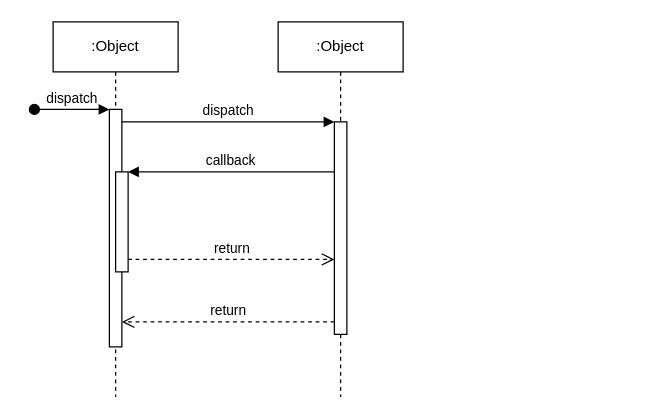
Earlier version of the draw.io diagram Untitled Diagram.drawio (Mariusrena/TTK4235). Source tidied: cells renumbered, new cells numbered last; positions are measured from the earlier drawing's top-left corner, leaving out a move shared by most shapes. Both pictures are drawn from the tidied source at 125%, with x=0, y=0 at pixel (34, 21).
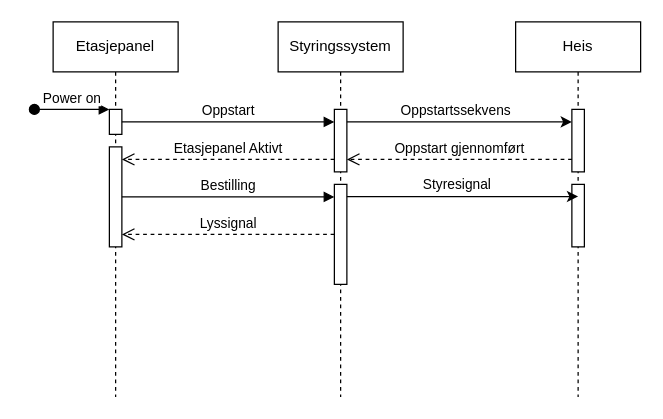
The same page after the edit.

Change to the diagram source:
```diff
@@
-    <mxCell id="2" value=":Object" style="shape=umlLifeline;perimeter=lifelinePerimeter;whiteSpace=wrap;html=1;newEdgeStyle={&quot;edgeStyle&quot;:&quot;elbowEdgeStyle&quot;,&quot;elbow&quot;:&quot;vertical&quot;,&quot;curved&quot;:0,&quot;rounded&quot;:0};" parent="1" vertex="1">
+    <mxCell id="2" value="Etasjepanel" style="shape=umlLifeline;perimeter=lifelinePerimeter;whiteSpace=wrap;html=1;newEdgeStyle={&quot;edgeStyle&quot;:&quot;elbowEdgeStyle&quot;,&quot;elbow&quot;:&quot;vertical&quot;,&quot;curved&quot;:0,&quot;rounded&quot;:0};" parent="1" vertex="1">
       <mxGeometry x="15" width="100" height="300" as="geometry" />
     </mxCell>
     <mxCell id="3" style="html=1;points=[];perimeter=orthogonalPerimeter;outlineConnect=0;targetShapes=umlLifeline;portConstraint=eastwest;newEdgeStyle={&quot;edgeStyle&quot;:&quot;elbowEdgeStyle&quot;,&quot;elbow&quot;:&quot;vertical&quot;,&quot;curved&quot;:0,&quot;rounded&quot;:0};" parent="2" vertex="1">
-      <mxGeometry x="45" y="70" width="10" height="190" as="geometry" />
+      <mxGeometry x="45" y="70" width="10" height="20" as="geometry" />
     </mxCell>
-    <mxCell id="4" value="dispatch" style="html=1;verticalAlign=bottom;startArrow=oval;endArrow=block;startSize=8;edgeStyle=elbowEdgeStyle;elbow=vertical;curved=0;rounded=0;" parent="2" edge="1" target="3">
+    <mxCell id="4" value="Power on" style="html=1;verticalAlign=bottom;startArrow=oval;endArrow=block;startSize=8;edgeStyle=elbowEdgeStyle;elbow=vertical;curved=0;rounded=0;" parent="2" edge="1" target="3">
       <mxGeometry relative="1" as="geometry">
         <mxPoint x="-15" y="70" as="sourcePoint" />
       </mxGeometry>
     </mxCell>
-    <mxCell id="5" style="html=1;points=[];perimeter=orthogonalPerimeter;outlineConnect=0;targetShapes=umlLifeline;portConstraint=eastwest;newEdgeStyle={&quot;edgeStyle&quot;:&quot;elbowEdgeStyle&quot;,&quot;elbow&quot;:&quot;vertical&quot;,&quot;curved&quot;:0,&quot;rounded&quot;:0};" parent="2" vertex="1">
-      <mxGeometry x="50" y="120" width="10" height="80" as="geometry" />
-    </mxCell>
+    <mxCell id="12" style="html=1;points=[];perimeter=orthogonalPerimeter;outlineConnect=0;targetShapes=umlLifeline;portConstraint=eastwest;newEdgeStyle={&quot;edgeStyle&quot;:&quot;elbowEdgeStyle&quot;,&quot;elbow&quot;:&quot;vertical&quot;,&quot;curved&quot;:0,&quot;rounded&quot;:0};" parent="2" vertex="1">
+      <mxGeometry x="45" y="100" width="10" height="80" as="geometry" />
+    </mxCell>
-    <mxCell id="6" value=":Object" style="shape=umlLifeline;perimeter=lifelinePerimeter;whiteSpace=wrap;html=1;newEdgeStyle={&quot;edgeStyle&quot;:&quot;elbowEdgeStyle&quot;,&quot;elbow&quot;:&quot;vertical&quot;,&quot;curved&quot;:0,&quot;rounded&quot;:0};" parent="1" vertex="1">
+    <mxCell id="6" value="Styringssystem" style="shape=umlLifeline;perimeter=lifelinePerimeter;whiteSpace=wrap;html=1;newEdgeStyle={&quot;edgeStyle&quot;:&quot;elbowEdgeStyle&quot;,&quot;elbow&quot;:&quot;vertical&quot;,&quot;curved&quot;:0,&quot;rounded&quot;:0};" parent="1" vertex="1">
       <mxGeometry x="195" width="100" height="300" as="geometry" />
     </mxCell>
     <mxCell id="7" style="html=1;points=[];perimeter=orthogonalPerimeter;outlineConnect=0;targetShapes=umlLifeline;portConstraint=eastwest;newEdgeStyle={&quot;edgeStyle&quot;:&quot;elbowEdgeStyle&quot;,&quot;elbow&quot;:&quot;vertical&quot;,&quot;curved&quot;:0,&quot;rounded&quot;:0};" parent="6" vertex="1">
-      <mxGeometry x="45" y="80" width="10" height="170" as="geometry" />
+      <mxGeometry x="45" y="70" width="10" height="50" as="geometry" />
     </mxCell>
+    <mxCell id="13" style="html=1;points=[];perimeter=orthogonalPerimeter;outlineConnect=0;targetShapes=umlLifeline;portConstraint=eastwest;newEdgeStyle={&quot;edgeStyle&quot;:&quot;elbowEdgeStyle&quot;,&quot;elbow&quot;:&quot;vertical&quot;,&quot;curved&quot;:0,&quot;rounded&quot;:0};" parent="6" vertex="1">
+      <mxGeometry x="45" y="130" width="10" height="80" as="geometry" />
+    </mxCell>
-    <mxCell id="8" value="dispatch" style="html=1;verticalAlign=bottom;endArrow=block;edgeStyle=elbowEdgeStyle;elbow=vertical;curved=0;rounded=0;" parent="1" edge="1" source="3" target="7">
+    <mxCell id="8" value="Oppstart" style="html=1;verticalAlign=bottom;endArrow=block;edgeStyle=elbowEdgeStyle;elbow=vertical;curved=0;rounded=0;" parent="1" edge="1" source="3" target="7">
       <mxGeometry relative="1" as="geometry">
         <Array as="points">
           <mxPoint x="155" y="80" />
         </Array>
       </mxGeometry>
     </mxCell>
-    <mxCell id="9" value="return" style="html=1;verticalAlign=bottom;endArrow=open;dashed=1;endSize=8;edgeStyle=elbowEdgeStyle;elbow=vertical;curved=0;rounded=0;" parent="1" edge="1" source="7" target="3">
-      <mxGeometry relative="1" as="geometry">
-        <Array as="points">
-          <mxPoint x="165" y="240" />
-        </Array>
-      </mxGeometry>
-    </mxCell>
-    <mxCell id="10" value="callback" style="html=1;verticalAlign=bottom;endArrow=block;edgeStyle=elbowEdgeStyle;elbow=vertical;curved=0;rounded=0;" parent="1" edge="1" source="7" target="5">
-      <mxGeometry relative="1" as="geometry">
-        <Array as="points">
-          <mxPoint x="165" y="120" />
-        </Array>
-      </mxGeometry>
-    </mxCell>
-    <mxCell id="11" value="return" style="html=1;verticalAlign=bottom;endArrow=open;dashed=1;endSize=8;edgeStyle=elbowEdgeStyle;elbow=vertical;curved=0;rounded=0;" parent="1" edge="1" source="5" target="7">
-      <mxGeometry relative="1" as="geometry">
-        <Array as="points">
-          <mxPoint x="155" y="190" />
-        </Array>
-      </mxGeometry>
-    </mxCell>
+    <mxCell id="14" value="Heis" style="shape=umlLifeline;perimeter=lifelinePerimeter;whiteSpace=wrap;html=1;newEdgeStyle={&quot;edgeStyle&quot;:&quot;elbowEdgeStyle&quot;,&quot;elbow&quot;:&quot;vertical&quot;,&quot;curved&quot;:0,&quot;rounded&quot;:0};" parent="1" vertex="1">
+      <mxGeometry x="385" width="100" height="300" as="geometry" />
+    </mxCell>
+    <mxCell id="15" style="html=1;points=[];perimeter=orthogonalPerimeter;outlineConnect=0;targetShapes=umlLifeline;portConstraint=eastwest;newEdgeStyle={&quot;edgeStyle&quot;:&quot;elbowEdgeStyle&quot;,&quot;elbow&quot;:&quot;vertical&quot;,&quot;curved&quot;:0,&quot;rounded&quot;:0};" parent="14" vertex="1">
+      <mxGeometry x="45" y="70" width="10" height="50" as="geometry" />
+    </mxCell>
+    <mxCell id="16" style="html=1;perimeter=orthogonalPerimeter;targetShapes=umlLifeline;newEdgeStyle={&quot;edgeStyle&quot;:&quot;elbowEdgeStyle&quot;,&quot;elbow&quot;:&quot;vertical&quot;,&quot;curved&quot;:0,&quot;rounded&quot;:0};" parent="14" vertex="1">
+      <mxGeometry x="45" y="130" width="10" height="50" as="geometry" />
+    </mxCell>
+    <mxCell id="17" style="edgeStyle=elbowEdgeStyle;rounded=0;jettySize=auto;html=1;elbow=vertical;curved=0;" parent="1" edge="1" source="7" target="15">
+      <mxGeometry relative="1" as="geometry">
+        <Array as="points">
+          <mxPoint x="340" y="80" />
+        </Array>
+      </mxGeometry>
+    </mxCell>
+    <mxCell id="18" value="Oppstartssekvens" style="edgeLabel;html=1;align=center;verticalAlign=middle;" parent="17" vertex="1">
+      <mxGeometry x="-0.25" y="-1" relative="1" as="geometry">
+        <mxPoint x="18" y="-11" as="offset" />
+      </mxGeometry>
+    </mxCell>
+    <mxCell id="19" value="&lt;div&gt;Oppstart gjennomført&lt;/div&gt;" style="html=1;verticalAlign=bottom;endArrow=open;dashed=1;endSize=8;edgeStyle=elbowEdgeStyle;elbow=vertical;curved=0;rounded=0;" parent="1" edge="1" source="15" target="7">
+      <mxGeometry relative="1" as="geometry">
+        <Array as="points">
+          <mxPoint x="355" y="110" />
+        </Array>
+      </mxGeometry>
+    </mxCell>
+    <mxCell id="20" value="Etasjepanel Aktivt" style="html=1;verticalAlign=bottom;endArrow=open;dashed=1;endSize=8;edgeStyle=elbowEdgeStyle;elbow=vertical;curved=0;rounded=0;" parent="1" edge="1" source="7" target="12">
+      <mxGeometry relative="1" as="geometry">
+        <Array as="points">
+          <mxPoint x="180" y="110" />
+        </Array>
+      </mxGeometry>
+    </mxCell>
+    <mxCell id="21" value="Bestilling" style="html=1;verticalAlign=bottom;endArrow=block;edgeStyle=elbowEdgeStyle;elbow=vertical;curved=0;rounded=0;" parent="1" edge="1" source="12" target="13">
+      <mxGeometry relative="1" as="geometry">
+        <Array as="points">
+          <mxPoint x="165" y="140" />
+        </Array>
+      </mxGeometry>
+    </mxCell>
+    <mxCell id="22" style="edgeStyle=elbowEdgeStyle;rounded=0;jettySize=auto;html=1;elbow=vertical;curved=0;" parent="1" edge="1" source="13">
+      <mxGeometry relative="1" as="geometry">
+        <mxPoint x="435" y="140" as="targetPoint" />
+        <Array as="points">
+          <mxPoint x="340" y="139.7" />
+        </Array>
+      </mxGeometry>
+    </mxCell>
+    <mxCell id="23" value="Styresignal" style="edgeLabel;html=1;align=center;verticalAlign=middle;" parent="22" vertex="1">
+      <mxGeometry x="-0.25" y="-1" relative="1" as="geometry">
+        <mxPoint x="18" y="-11" as="offset" />
+      </mxGeometry>
+    </mxCell>
+    <mxCell id="24" value="Lyssignal" style="html=1;verticalAlign=bottom;endArrow=open;dashed=1;endSize=8;edgeStyle=elbowEdgeStyle;elbow=vertical;curved=0;rounded=0;" parent="1" edge="1" source="13" target="12">
+      <mxGeometry relative="1" as="geometry">
+        <Array as="points">
+          <mxPoint x="165" y="170" />
+        </Array>
+      </mxGeometry>
+    </mxCell>
```
